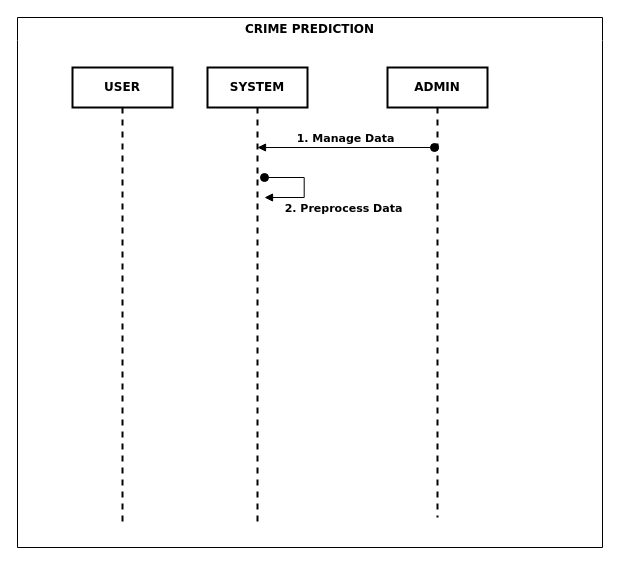
The draw.io diagram SEQUENCE_DIAGRAM.drawio in ChanumoluGayathri/System_Design, before the edit. Source tidied: cells renumbered, new cells numbered last; positions are measured from the earlier drawing's top-left corner, leaving out a move shared by most shapes. Both pictures are drawn from the tidied source at 100%, with x=0, y=0 at pixel (17, 17).
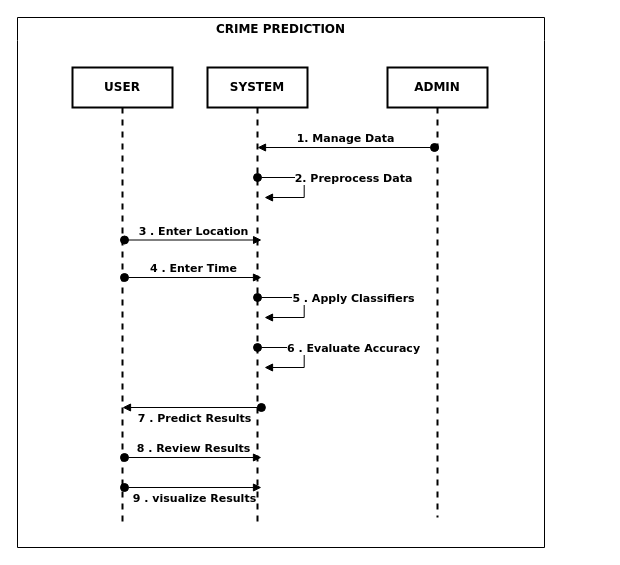
The same diagram, later.

Unchanged cells that the change refers to:
```xml
<mxCell id="5" value="&lt;font face=&quot;Verdana&quot;&gt;&lt;b&gt;SYSTEM&lt;/b&gt;&lt;/font&gt;" style="shape=umlLifeline;perimeter=lifelinePerimeter;whiteSpace=wrap;html=1;outlineConnect=0;portConstraint=eastwest;newEdgeStyle={&quot;edgeStyle&quot;:&quot;elbowEdgeStyle&quot;,&quot;elbow&quot;:&quot;vertical&quot;,&quot;curved&quot;:0,&quot;rounded&quot;:0};hachureGap=4;fontFamily=Architects Daughter;strokeWidth=2;" parent="2" vertex="1">
  <mxGeometry x="190" y="50" width="100" height="460" as="geometry" />
</mxCell>
```

Diff of the diagram source:
```diff
@@
     <mxCell id="2" value="&lt;font face=&quot;Verdana&quot;&gt;CRIME PREDICTION&lt;/font&gt;" style="swimlane;whiteSpace=wrap;html=1;hachureGap=4;fontFamily=Architects Daughter;startSize=23;swimlaneLine=0;" parent="1" vertex="1">
-      <mxGeometry width="585" height="530" as="geometry" />
+      <mxGeometry width="527" height="530" as="geometry" />
     </mxCell>
@@
-    <mxCell id="7" value="&lt;font face=&quot;Verdana&quot;&gt;&lt;b&gt;2. Preprocess Data&lt;/b&gt;&lt;/font&gt;" style="html=1;verticalAlign=bottom;startArrow=oval;startFill=1;endArrow=block;startSize=8;curved=0;rounded=0;hachureGap=4;fontFamily=Architects Daughter;" parent="2" edge="1">
-      <mxGeometry x="0.2" y="45" relative="1" as="geometry">
-        <mxPoint x="247" y="160" as="sourcePoint" />
+    <mxCell id="7" value="&lt;font face=&quot;Verdana&quot;&gt;&lt;b&gt;2. Preprocess Data&lt;/b&gt;&lt;/font&gt;" style="html=1;verticalAlign=bottom;startArrow=oval;startFill=1;endArrow=block;startSize=8;curved=0;rounded=0;hachureGap=4;fontFamily=Architects Daughter;" parent="2" edge="1" source="5">
+      <mxGeometry x="0.25" y="29" relative="1" as="geometry">
         <mxPoint x="247" y="180" as="targetPoint" />
         <Array as="points">
           <mxPoint x="286.7" y="160" />
           <mxPoint x="286.7" y="180" />
         </Array>
-        <mxPoint x="40" y="-25" as="offset" />
+        <mxPoint x="20" y="-9" as="offset" />
       </mxGeometry>
     </mxCell>
+    <mxCell id="8" value="&lt;font face=&quot;Verdana&quot;&gt;&lt;b&gt;3 . Enter Location&lt;/b&gt;&lt;/font&gt;" style="html=1;verticalAlign=bottom;startArrow=oval;startFill=1;endArrow=block;startSize=8;curved=0;rounded=0;hachureGap=4;fontFamily=Architects Daughter;exitX=0.469;exitY=0.375;exitDx=0;exitDy=0;exitPerimeter=0;" parent="2" edge="1">
+      <mxGeometry relative="1" as="geometry">
+        <mxPoint x="107" y="222.5" as="sourcePoint" />
+        <mxPoint x="244.1" y="222.5" as="targetPoint" />
+      </mxGeometry>
+    </mxCell>
+    <mxCell id="9" value="&lt;font face=&quot;Verdana&quot;&gt;&lt;b&gt;4 . Enter Time&lt;/b&gt;&lt;/font&gt;" style="html=1;verticalAlign=bottom;startArrow=oval;startFill=1;endArrow=block;startSize=8;curved=0;rounded=0;hachureGap=4;fontFamily=Architects Daughter;exitX=0.469;exitY=0.375;exitDx=0;exitDy=0;exitPerimeter=0;" parent="2" edge="1">
+      <mxGeometry relative="1" as="geometry">
+        <mxPoint x="107" y="260" as="sourcePoint" />
+        <mxPoint x="244" y="260" as="targetPoint" />
+      </mxGeometry>
+    </mxCell>
+    <mxCell id="10" value="&lt;font face=&quot;Verdana&quot;&gt;&lt;b&gt;7 . Predict Results&lt;/b&gt;&lt;/font&gt;" style="html=1;verticalAlign=bottom;startArrow=oval;startFill=1;endArrow=block;startSize=8;curved=0;rounded=0;hachureGap=4;fontFamily=Architects Daughter;" parent="2" edge="1">
+      <mxGeometry x="-0.04" y="20" relative="1" as="geometry">
+        <mxPoint x="243.9" y="390" as="sourcePoint" />
+        <mxPoint x="105" y="390" as="targetPoint" />
+      </mxGeometry>
+    </mxCell>
+    <mxCell id="11" value="&lt;font face=&quot;Verdana&quot;&gt;&lt;b&gt;8 . Review Results&lt;/b&gt;&lt;/font&gt;" style="html=1;verticalAlign=bottom;startArrow=oval;startFill=1;endArrow=block;startSize=8;curved=0;rounded=0;hachureGap=4;fontFamily=Architects Daughter;exitX=0.469;exitY=0.375;exitDx=0;exitDy=0;exitPerimeter=0;" parent="2" edge="1">
+      <mxGeometry relative="1" as="geometry">
+        <mxPoint x="107" y="440" as="sourcePoint" />
+        <mxPoint x="244" y="440" as="targetPoint" />
+      </mxGeometry>
+    </mxCell>
+    <mxCell id="12" value="&lt;font face=&quot;Verdana&quot;&gt;&lt;b&gt;9 . visualize Results&lt;/b&gt;&lt;/font&gt;" style="html=1;verticalAlign=bottom;startArrow=oval;startFill=1;endArrow=block;startSize=8;curved=0;rounded=0;hachureGap=4;fontFamily=Architects Daughter;exitX=0.469;exitY=0.375;exitDx=0;exitDy=0;exitPerimeter=0;" parent="2" edge="1">
+      <mxGeometry x="0.02" y="-20" relative="1" as="geometry">
+        <mxPoint x="107" y="470" as="sourcePoint" />
+        <mxPoint x="244" y="470" as="targetPoint" />
+      </mxGeometry>
+    </mxCell>
+    <mxCell id="13" value="&lt;font face=&quot;Verdana&quot;&gt;&lt;b&gt;5 . Apply Classifiers&lt;/b&gt;&lt;/font&gt;" style="html=1;verticalAlign=bottom;startArrow=oval;startFill=1;endArrow=block;startSize=8;curved=0;rounded=0;hachureGap=4;fontFamily=Architects Daughter;" parent="1" edge="1" source="5">
+      <mxGeometry x="0.25" y="29" relative="1" as="geometry">
+        <mxPoint x="247" y="300" as="targetPoint" />
+        <Array as="points">
+          <mxPoint x="286.7" y="280" />
+          <mxPoint x="286.7" y="300" />
+        </Array>
+        <mxPoint x="20" y="-9" as="offset" />
+      </mxGeometry>
+    </mxCell>
+    <mxCell id="14" value="&lt;font face=&quot;Verdana&quot;&gt;&lt;b&gt;6 . Evaluate Accuracy&lt;/b&gt;&lt;/font&gt;" style="html=1;verticalAlign=bottom;startArrow=oval;startFill=1;endArrow=block;startSize=8;curved=0;rounded=0;hachureGap=4;fontFamily=Architects Daughter;" parent="1" edge="1">
+      <mxGeometry x="0.25" y="29" relative="1" as="geometry">
+        <mxPoint x="240" y="330" as="sourcePoint" />
+        <mxPoint x="247" y="350" as="targetPoint" />
+        <Array as="points">
+          <mxPoint x="286.7" y="330" />
+          <mxPoint x="286.7" y="350" />
+        </Array>
+        <mxPoint x="20" y="-9" as="offset" />
+      </mxGeometry>
+    </mxCell>
```
